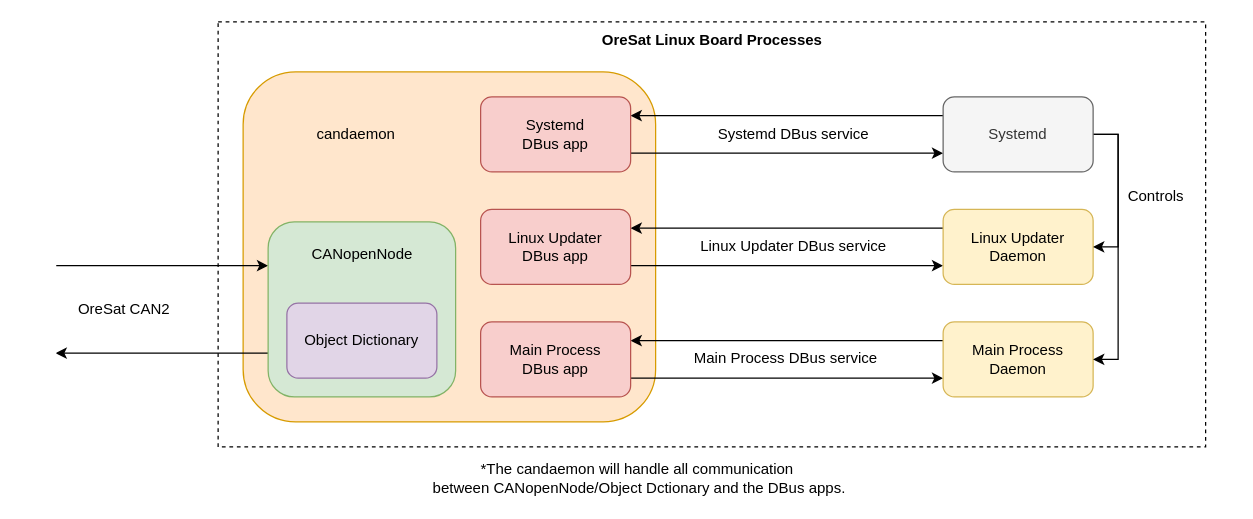
The draw.io diagram docs/OreSatLinuxDiagram.drawio in oresat/oresat-linux-manager, before the edit. Source tidied: cells renumbered, new cells numbered last; positions are measured from the earlier drawing's top-left corner, leaving out a move shared by most shapes. Both pictures are drawn from the tidied source at 125%, with x=0, y=0 at pixel (30, 21).
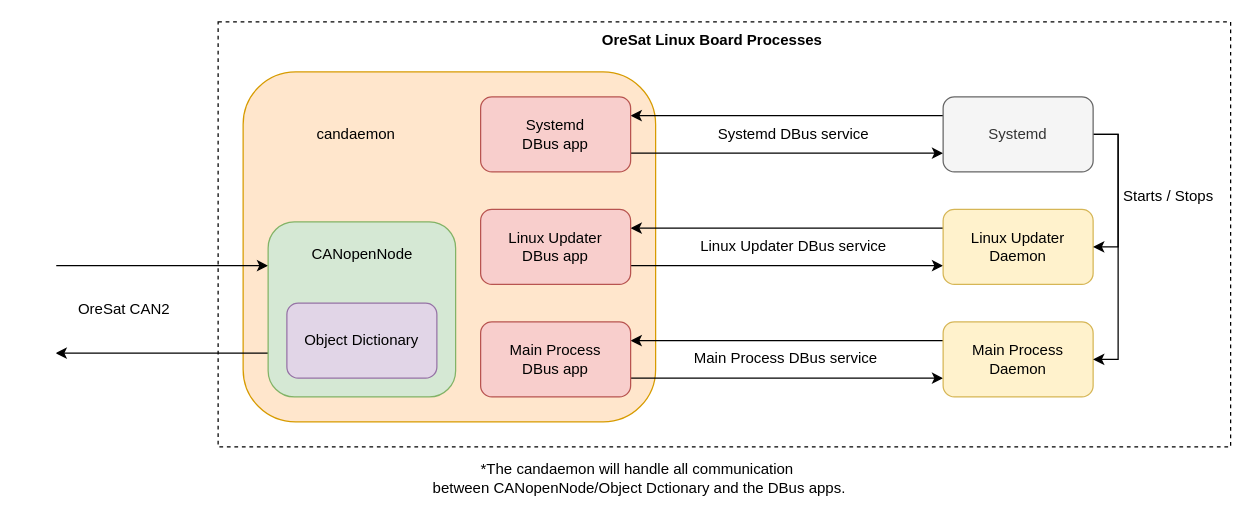
Above is the later version.

What changed in the source:
```diff
@@
     <mxCell id="2" style="rounded=0;whiteSpace=wrap;html=1;dashed=1;" parent="1" vertex="1">
-      <mxGeometry x="150" width="790" height="340" as="geometry" />
+      <mxGeometry x="150" width="810" height="340" as="geometry" />
     </mxCell>
@@
-    <mxCell id="31" value="Controls" style="text;html=1;align=center;verticalAlign=middle;" parent="1" vertex="1">
-      <mxGeometry x="870" y="130" width="60" height="20" as="geometry" />
+    <mxCell id="31" value="Starts / Stops" style="text;html=1;align=center;verticalAlign=middle;" parent="1" vertex="1">
+      <mxGeometry x="865" y="130" width="90" height="20" as="geometry" />
     </mxCell>
```
